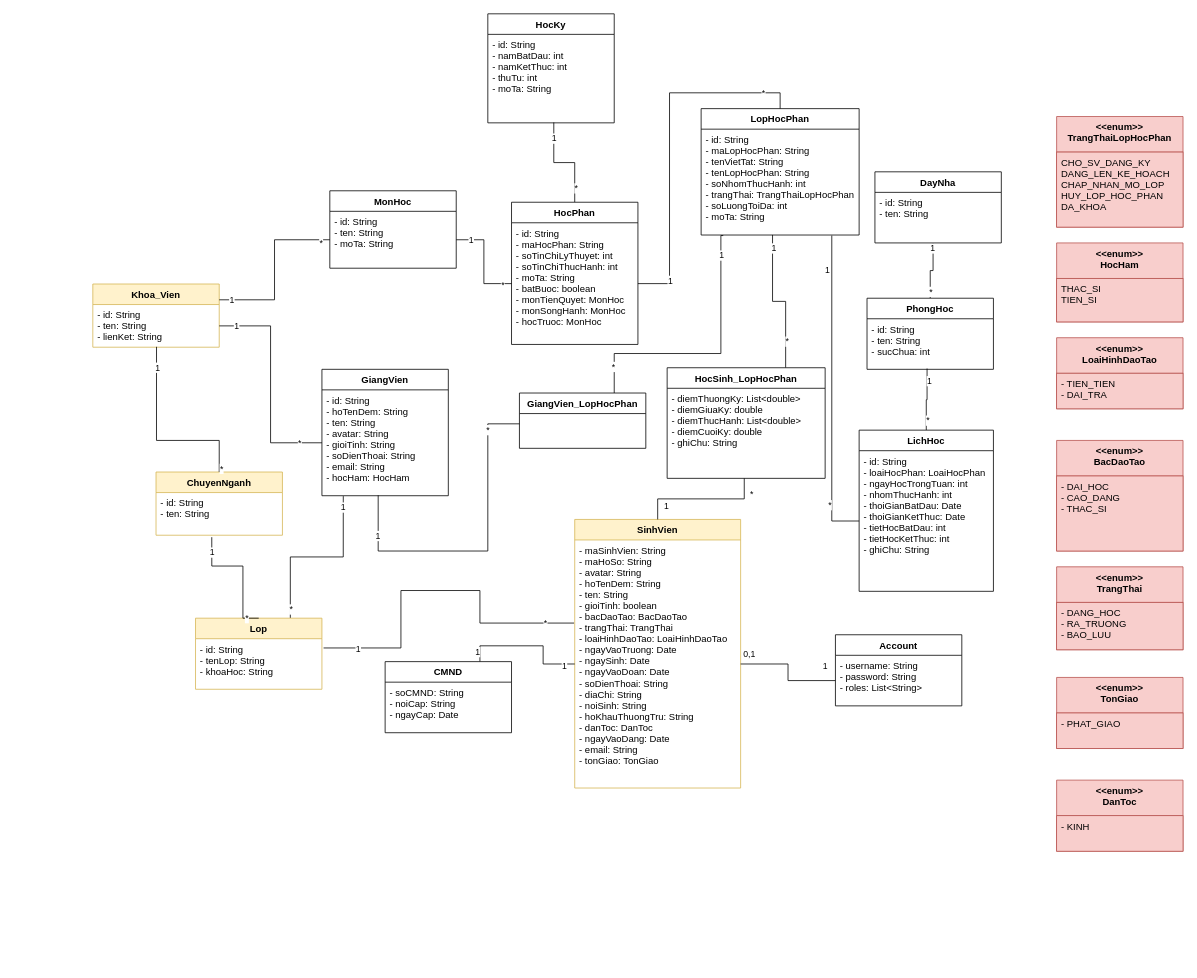
duchoan6814/Truong-Duc-Hoan keeps this draw.io diagram as CMN_Class.drawio. Above is the earlier version. Source tidied: cells renumbered, new cells numbered last; positions are measured from the earlier drawing's top-left corner, leaving out a move shared by most shapes. Both pictures are drawn from the tidied source at 79%, with x=0, y=0 at pixel (92, 13).
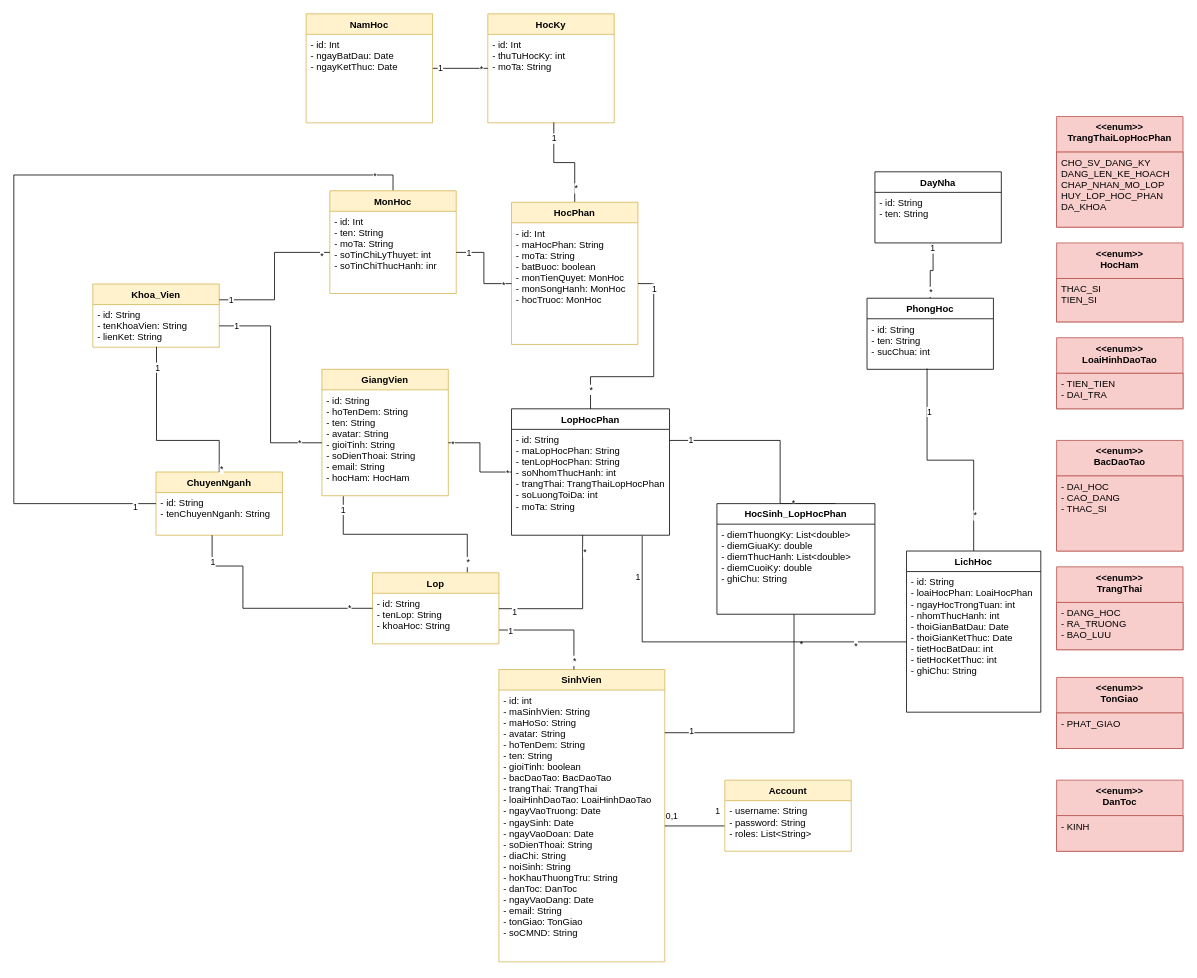
The same page after the edit.

The change refers to these unchanged cells:
```xml
<mxCell id="4" value="Khoa_Vien" style="swimlane;fontStyle=1;align=center;verticalAlign=top;horizontal=1;startSize=26;fillColor=#fff2cc;strokeColor=#d6b656;" parent="1" vertex="1">
  <mxGeometry y="342" width="160" height="80" as="geometry" />
</mxCell>
<mxCell id="6" value="ChuyenNganh" style="swimlane;fontStyle=1;align=center;verticalAlign=top;horizontal=1;startSize=26;fillColor=#fff2cc;strokeColor=#d6b656;" parent="1" vertex="1">
  <mxGeometry x="80" y="580" width="160" height="80" as="geometry" />
</mxCell>
<mxCell id="23" value="- id: String&#10;- tenLop: String&#10;- khoaHoc: String" style="text;strokeColor=none;fillColor=none;align=left;verticalAlign=top;spacingLeft=4;spacingRight=4;overflow=hidden;points=[[0,0.5],[1,0.5]];portConstraint=eastwest;" parent="22" vertex="1">
  <mxGeometry y="26" width="160" height="64" as="geometry" />
</mxCell>
<mxCell id="28" value="- diemThuongKy: List&lt;double&gt;&#10;- diemGiuaKy: double&#10;- diemThucHanh: List&lt;double&gt;&#10;- diemCuoiKy: double&#10;- ghiChu: String" style="text;strokeColor=none;fillColor=none;align=left;verticalAlign=top;spacingLeft=4;spacingRight=4;overflow=hidden;points=[[0,0.5],[1,0.5]];portConstraint=eastwest;" parent="27" vertex="1">
  <mxGeometry y="26" width="200" height="114" as="geometry" />
</mxCell>
<mxCell id="40" value="- id: String&#10;- hoTenDem: String&#10;- ten: String&#10;- avatar: String&#10;- gioiTinh: String&#10;- soDienThoai: String&#10;- email: String&#10;- hocHam: HocHam" style="text;strokeColor=none;fillColor=none;align=left;verticalAlign=top;spacingLeft=4;spacingRight=4;overflow=hidden;points=[[0,0.5],[1,0.5]];portConstraint=eastwest;" parent="39" vertex="1">
  <mxGeometry y="26" width="160" height="134" as="geometry" />
</mxCell>
```

The edit, as a diff of the source:
```diff
@@
     <mxCell id="2" value="SinhVien" style="swimlane;fontStyle=1;align=center;verticalAlign=top;horizontal=1;startSize=26;fillColor=#fff2cc;strokeColor=#d6b656;" parent="1" vertex="1">
-      <mxGeometry x="610" y="640" width="210" height="340" as="geometry" />
+      <mxGeometry x="514" y="830" width="210" height="370" as="geometry" />
     </mxCell>
-    <mxCell id="3" value="- maSinhVien: String&#10;- maHoSo: String&#10;- avatar: String&#10;- hoTenDem: String&#10;- ten: String&#10;- gioiTinh: boolean&#10;- bacDaoTao: BacDaoTao&#10;- trangThai: TrangThai&#10;- loaiHinhDaoTao: LoaiHinhDaoTao&#10;- ngayVaoTruong: Date&#10;- ngaySinh: Date&#10;- ngayVaoDoan: Date&#10;- soDienThoai: String&#10;- diaChi: String&#10;- noiSinh: String&#10;- hoKhauThuongTru: String&#10;- danToc: DanToc&#10;- ngayVaoDang: Date&#10;- email: String&#10;- tonGiao: TonGiao" style="text;strokeColor=none;fillColor=none;align=left;verticalAlign=top;spacingLeft=4;spacingRight=4;overflow=hidden;points=[[0,0.5],[1,0.5]];portConstraint=eastwest;" parent="2" vertex="1">
-      <mxGeometry y="26" width="210" height="314" as="geometry" />
+    <mxCell id="3" value="- id: int&#10;- maSinhVien: String&#10;- maHoSo: String&#10;- avatar: String&#10;- hoTenDem: String&#10;- ten: String&#10;- gioiTinh: boolean&#10;- bacDaoTao: BacDaoTao&#10;- trangThai: TrangThai&#10;- loaiHinhDaoTao: LoaiHinhDaoTao&#10;- ngayVaoTruong: Date&#10;- ngaySinh: Date&#10;- ngayVaoDoan: Date&#10;- soDienThoai: String&#10;- diaChi: String&#10;- noiSinh: String&#10;- hoKhauThuongTru: String&#10;- danToc: DanToc&#10;- ngayVaoDang: Date&#10;- email: String&#10;- tonGiao: TonGiao&#10;- soCMND: String" style="text;strokeColor=none;fillColor=none;align=left;verticalAlign=top;spacingLeft=4;spacingRight=4;overflow=hidden;points=[[0,0.5],[1,0.5]];portConstraint=eastwest;" parent="2" vertex="1">
+      <mxGeometry y="26" width="210" height="344" as="geometry" />
     </mxCell>
@@
-    <mxCell id="5" value="- id: String&#10;- ten: String&#10;- lienKet: String" style="text;strokeColor=none;fillColor=none;align=left;verticalAlign=top;spacingLeft=4;spacingRight=4;overflow=hidden;points=[[0,0.5],[1,0.5]];portConstraint=eastwest;" parent="4" vertex="1">
+    <mxCell id="5" value="- id: String&#10;- tenKhoaVien: String&#10;- lienKet: String" style="text;strokeColor=none;fillColor=none;align=left;verticalAlign=top;spacingLeft=4;spacingRight=4;overflow=hidden;points=[[0,0.5],[1,0.5]];portConstraint=eastwest;" parent="4" vertex="1">
       <mxGeometry y="26" width="160" height="54" as="geometry" />
     </mxCell>
@@
-    <mxCell id="7" value="- id: String&#10;- ten: String" style="text;strokeColor=none;fillColor=none;align=left;verticalAlign=top;spacingLeft=4;spacingRight=4;overflow=hidden;points=[[0,0.5],[1,0.5]];portConstraint=eastwest;" parent="6" vertex="1">
+    <mxCell id="7" value="- id: String&#10;- tenChuyenNganh: String" style="text;strokeColor=none;fillColor=none;align=left;verticalAlign=top;spacingLeft=4;spacingRight=4;overflow=hidden;points=[[0,0.5],[1,0.5]];portConstraint=eastwest;" parent="6" vertex="1">
       <mxGeometry y="26" width="160" height="54" as="geometry" />
     </mxCell>
-    <mxCell id="8" style="edgeStyle=orthogonalEdgeStyle;rounded=0;jettySize=auto;html=1;endArrow=none;endFill=0;exitX=-0.004;exitY=0.335;exitDx=0;exitDy=0;exitPerimeter=0;entryX=1.013;entryY=0.183;entryDx=0;entryDy=0;entryPerimeter=0;" parent="1" edge="1" source="3" target="23">
+    <mxCell id="8" style="edgeStyle=orthogonalEdgeStyle;rounded=0;jettySize=auto;html=1;endArrow=none;endFill=0;" parent="1" edge="1" source="2" target="22">
       <mxGeometry relative="1" as="geometry">
         <Array as="points">
-          <mxPoint x="490" y="771" />
-          <mxPoint x="490" y="730" />
-          <mxPoint x="390" y="730" />
-          <mxPoint x="390" y="803" />
+          <mxPoint x="609" y="780" />
         </Array>
       </mxGeometry>
     </mxCell>
@@
-    <mxCell id="14" style="edgeStyle=orthogonalEdgeStyle;rounded=0;jettySize=auto;html=1;exitX=0.452;exitY=0.999;exitDx=0;exitDy=0;entryX=0.75;entryY=0;entryDx=0;entryDy=0;endArrow=none;endFill=0;exitPerimeter=0;" parent="1" edge="1" source="18" target="27">
-      <mxGeometry relative="1" as="geometry" />
+    <mxCell id="14" style="edgeStyle=orthogonalEdgeStyle;rounded=0;jettySize=auto;html=1;entryX=0.75;entryY=0;entryDx=0;entryDy=0;endArrow=none;endFill=0;" parent="1" edge="1" source="17" target="27">
+      <mxGeometry relative="1" as="geometry">
+        <Array as="points">
+          <mxPoint x="870" y="540" />
+        </Array>
+      </mxGeometry>
     </mxCell>
@@
     <mxCell id="17" value="LopHocPhan" style="swimlane;fontStyle=1;align=center;verticalAlign=top;horizontal=1;startSize=26;" parent="1" vertex="1">
-      <mxGeometry x="770" y="120" width="200" height="160" as="geometry" />
+      <mxGeometry x="530" y="500" width="200" height="160" as="geometry" />
     </mxCell>
-    <mxCell id="18" value="- id: String&#10;- maLopHocPhan: String&#10;- tenVietTat: String&#10;- tenLopHocPhan: String&#10;- soNhomThucHanh: int&#10;- trangThai: TrangThaiLopHocPhan&#10;- soLuongToiDa: int&#10;- moTa: String" style="text;strokeColor=none;fillColor=none;align=left;verticalAlign=top;spacingLeft=4;spacingRight=4;overflow=hidden;points=[[0,0.5],[1,0.5]];portConstraint=eastwest;" parent="17" vertex="1">
+    <mxCell id="18" value="- id: String&#10;- maLopHocPhan: String&#10;- tenLopHocPhan: String&#10;- soNhomThucHanh: int&#10;- trangThai: TrangThaiLopHocPhan&#10;- soLuongToiDa: int&#10;- moTa: String" style="text;strokeColor=none;fillColor=none;align=left;verticalAlign=top;spacingLeft=4;spacingRight=4;overflow=hidden;points=[[0,0.5],[1,0.5]];portConstraint=eastwest;" parent="17" vertex="1">
       <mxGeometry y="26" width="200" height="134" as="geometry" />
     </mxCell>
@@
     <mxCell id="22" value="Lop" style="swimlane;fontStyle=1;align=center;verticalAlign=top;horizontal=1;startSize=26;fillColor=#fff2cc;strokeColor=#d6b656;" parent="1" vertex="1">
-      <mxGeometry x="130" y="765" width="160" height="90" as="geometry" />
+      <mxGeometry x="354" y="707.5" width="160" height="90" as="geometry" />
     </mxCell>
@@
-    <mxCell id="24" style="edgeStyle=orthogonalEdgeStyle;rounded=0;jettySize=auto;html=1;exitX=0.5;exitY=0;exitDx=0;exitDy=0;entryX=0.441;entryY=1.046;entryDx=0;entryDy=0;endArrow=none;endFill=0;entryPerimeter=0;" parent="1" edge="1" source="22" target="7">
+    <mxCell id="24" style="edgeStyle=orthogonalEdgeStyle;rounded=0;jettySize=auto;html=1;endArrow=none;endFill=0;" parent="1" edge="1" source="22" target="6">
       <mxGeometry relative="1" as="geometry">
         <Array as="points">
+          <mxPoint x="190" y="753" />
           <mxPoint x="190" y="699" />
           <mxPoint x="151" y="699" />
         </Array>
       </mxGeometry>
     </mxCell>
@@
     <mxCell id="27" value="HocSinh_LopHocPhan" style="swimlane;fontStyle=1;align=center;verticalAlign=top;horizontal=1;startSize=26;" parent="1" vertex="1">
-      <mxGeometry x="727" y="448" width="200" height="140" as="geometry" />
+      <mxGeometry x="790" y="620" width="200" height="140" as="geometry" />
     </mxCell>
@@
-    <mxCell id="29" style="edgeStyle=orthogonalEdgeStyle;rounded=0;jettySize=auto;html=1;exitX=0.5;exitY=0;exitDx=0;exitDy=0;entryX=0.488;entryY=1;entryDx=0;entryDy=0;endArrow=none;endFill=0;entryPerimeter=0;" parent="1" edge="1" source="2" target="28">
-      <mxGeometry relative="1" as="geometry" />
+    <mxCell id="29" style="edgeStyle=orthogonalEdgeStyle;rounded=0;jettySize=auto;html=1;entryX=0.488;entryY=1;entryDx=0;entryDy=0;endArrow=none;endFill=0;entryPerimeter=0;" parent="1" edge="1" source="2" target="28">
+      <mxGeometry relative="1" as="geometry">
+        <Array as="points">
+          <mxPoint x="888" y="910" />
+        </Array>
+      </mxGeometry>
     </mxCell>
@@
+    <mxCell id="101" style="edgeStyle=orthogonalEdgeStyle;rounded=0;jettySize=auto;html=1;exitX=0.5;exitY=0;exitDx=0;exitDy=0;endArrow=none;endFill=0;" parent="1" edge="1" source="32" target="6">
+      <mxGeometry relative="1" as="geometry">
+        <Array as="points">
+          <mxPoint x="380" y="204" />
+          <mxPoint x="-100" y="204" />
+          <mxPoint x="-100" y="620" />
+        </Array>
+      </mxGeometry>
+    </mxCell>
+    <mxCell id="102" value="1" style="edgeLabel;html=1;align=center;verticalAlign=middle;" parent="101" vertex="1">
+      <mxGeometry x="0.95" y="-3" relative="1" as="geometry" />
+    </mxCell>
+    <mxCell id="103" value="*" style="edgeLabel;html=1;align=center;verticalAlign=middle;" parent="101" vertex="1">
+      <mxGeometry x="-0.92" relative="1" as="geometry" />
+    </mxCell>
-    <mxCell id="32" value="MonHoc" style="swimlane;fontStyle=1;align=center;verticalAlign=top;horizontal=1;startSize=26;" parent="1" vertex="1">
-      <mxGeometry x="300" y="224" width="160" height="98" as="geometry" />
+    <mxCell id="32" value="MonHoc" style="swimlane;fontStyle=1;align=center;verticalAlign=top;horizontal=1;startSize=26;fillColor=#fff2cc;strokeColor=#d6b656;" parent="1" vertex="1">
+      <mxGeometry x="300" y="224" width="160" height="130" as="geometry" />
     </mxCell>
-    <mxCell id="33" value="- id: String&#10;- ten: String&#10;- moTa: String" style="text;strokeColor=none;fillColor=none;align=left;verticalAlign=top;spacingLeft=4;spacingRight=4;overflow=hidden;points=[[0,0.5],[1,0.5]];portConstraint=eastwest;" parent="32" vertex="1">
-      <mxGeometry y="26" width="160" height="72" as="geometry" />
+    <mxCell id="33" value="- id: Int&#10;- ten: String&#10;- moTa: String&#10;- soTinChiLyThuyet: int&#10;- soTinChiThucHanh: inr" style="text;strokeColor=none;fillColor=none;align=left;verticalAlign=top;spacingLeft=4;spacingRight=4;overflow=hidden;points=[[0,0.5],[1,0.5]];portConstraint=eastwest;" parent="32" vertex="1">
+      <mxGeometry y="26" width="160" height="104" as="geometry" />
     </mxCell>
-    <mxCell id="34" value="HocKy" style="swimlane;fontStyle=1;align=center;verticalAlign=top;horizontal=1;startSize=26;" parent="1" vertex="1">
+    <mxCell id="34" value="HocKy" style="swimlane;fontStyle=1;align=center;verticalAlign=top;horizontal=1;startSize=26;fillColor=#fff2cc;strokeColor=#d6b656;" parent="1" vertex="1">
       <mxGeometry x="500" width="160" height="138" as="geometry" />
     </mxCell>
-    <mxCell id="35" value="- id: String&#10;- namBatDau: int&#10;- namKetThuc: int&#10;- thuTu: int&#10;- moTa: String" style="text;strokeColor=none;fillColor=none;align=left;verticalAlign=top;spacingLeft=4;spacingRight=4;overflow=hidden;points=[[0,0.5],[1,0.5]];portConstraint=eastwest;" parent="34" vertex="1">
+    <mxCell id="35" value="- id: Int&#10;- thuTuHocKy: int&#10;- moTa: String" style="text;strokeColor=none;fillColor=none;align=left;verticalAlign=top;spacingLeft=4;spacingRight=4;overflow=hidden;points=[[0,0.5],[1,0.5]];portConstraint=eastwest;" parent="34" vertex="1">
       <mxGeometry y="26" width="160" height="112" as="geometry" />
     </mxCell>
@@
-    <mxCell id="39" value="GiangVien" style="swimlane;fontStyle=1;align=center;verticalAlign=top;horizontal=1;startSize=26;" parent="1" vertex="1">
+    <mxCell id="39" value="GiangVien" style="swimlane;fontStyle=1;align=center;verticalAlign=top;horizontal=1;startSize=26;fillColor=#fff2cc;strokeColor=#d6b656;" parent="1" vertex="1">
       <mxGeometry x="290" y="450" width="160" height="160" as="geometry" />
     </mxCell>
@@
-    <mxCell id="47" value="Account" style="swimlane;fontStyle=1;align=center;verticalAlign=top;horizontal=1;startSize=26;" parent="1" vertex="1">
-      <mxGeometry x="940" y="786" width="160" height="90" as="geometry" />
+    <mxCell id="47" value="Account" style="swimlane;fontStyle=1;align=center;verticalAlign=top;horizontal=1;startSize=26;fillColor=#fff2cc;strokeColor=#d6b656;" parent="1" vertex="1">
+      <mxGeometry x="800" y="970" width="160" height="90" as="geometry" />
     </mxCell>
@@
     <mxCell id="52" value="LichHoc" style="swimlane;fontStyle=1;align=center;verticalAlign=top;horizontal=1;startSize=26;" parent="1" vertex="1">
-      <mxGeometry x="970" y="527" width="170" height="204" as="geometry" />
+      <mxGeometry x="1030" y="680" width="170" height="204" as="geometry" />
     </mxCell>
@@
-    <mxCell id="57" style="edgeStyle=orthogonalEdgeStyle;rounded=0;jettySize=auto;html=1;exitX=0.75;exitY=0;exitDx=0;exitDy=0;entryX=0.14;entryY=1.005;entryDx=0;entryDy=0;endArrow=none;endFill=0;entryPerimeter=0;" parent="1" edge="1" source="60" target="18">
-      <mxGeometry relative="1" as="geometry">
-        <Array as="points">
-          <mxPoint x="660" y="430" />
-          <mxPoint x="795" y="430" />
-          <mxPoint x="795" y="281" />
-        </Array>
-      </mxGeometry>
-    </mxCell>
-    <mxCell id="58" value="*" style="edgeLabel;html=1;align=center;verticalAlign=middle;" parent="57" vertex="1">
-      <mxGeometry x="-0.8" y="2" relative="1" as="geometry" />
-    </mxCell>
-    <mxCell id="59" value="1" style="edgeLabel;html=1;align=center;verticalAlign=middle;" parent="57" vertex="1">
-      <mxGeometry x="0.84" relative="1" as="geometry" />
-    </mxCell>
-    <mxCell id="60" value="GiangVien_LopHocPhan" style="swimlane;fontStyle=1;align=center;verticalAlign=top;horizontal=1;startSize=26;" parent="1" vertex="1">
-      <mxGeometry x="540" y="480" width="160" height="70" as="geometry" />
-    </mxCell>
-    <mxCell id="61" style="edgeStyle=orthogonalEdgeStyle;rounded=0;jettySize=auto;html=1;exitX=0.445;exitY=0.996;exitDx=0;exitDy=0;endArrow=none;endFill=0;exitPerimeter=0;" parent="1" edge="1" source="40">
-      <mxGeometry relative="1" as="geometry">
-        <mxPoint x="540" y="519" as="targetPoint" />
-        <Array as="points">
-          <mxPoint x="361" y="680" />
-          <mxPoint x="500" y="680" />
-          <mxPoint x="500" y="519" />
-        </Array>
-      </mxGeometry>
-    </mxCell>
-    <mxCell id="62" value="1" style="edgeLabel;html=1;align=center;verticalAlign=middle;" parent="61" vertex="1">
-      <mxGeometry x="-0.75" y="-1" relative="1" as="geometry" />
-    </mxCell>
-    <mxCell id="63" value="*" style="edgeLabel;html=1;align=center;verticalAlign=middle;" parent="61" vertex="1">
-      <mxGeometry x="0.77" y="1" relative="1" as="geometry" />
-    </mxCell>
@@
-    <mxCell id="70" style="edgeStyle=orthogonalEdgeStyle;rounded=0;jettySize=auto;html=1;exitX=0.75;exitY=0;exitDx=0;exitDy=0;entryX=0;entryY=0.5;entryDx=0;entryDy=0;endArrow=none;endFill=0;" parent="1" edge="1" source="73" target="3">
-      <mxGeometry relative="1" as="geometry" />
-    </mxCell>
-    <mxCell id="71" value="1" style="edgeLabel;html=1;align=center;verticalAlign=middle;" parent="70" vertex="1">
-      <mxGeometry x="-0.84" y="4" relative="1" as="geometry" />
-    </mxCell>
-    <mxCell id="72" value="1" style="edgeLabel;html=1;align=center;verticalAlign=middle;" parent="70" vertex="1">
-      <mxGeometry x="0.83" y="-2" relative="1" as="geometry" />
-    </mxCell>
-    <mxCell id="73" value="CMND" style="swimlane;fontStyle=1;align=center;verticalAlign=top;horizontal=1;startSize=26;" parent="1" vertex="1">
-      <mxGeometry x="370" y="820" width="160" height="90" as="geometry" />
-    </mxCell>
-    <mxCell id="74" value="- soCMND: String&#10;- noiCap: String&#10;- ngayCap: Date" style="text;strokeColor=none;fillColor=none;align=left;verticalAlign=top;spacingLeft=4;spacingRight=4;overflow=hidden;" parent="73" vertex="1">
-      <mxGeometry y="26" width="160" height="64" as="geometry" />
-    </mxCell>
@@
-    <mxCell id="79" value="HocPhan" style="swimlane;fontStyle=1;align=center;verticalAlign=top;horizontal=1;startSize=26;" parent="1" vertex="1">
+    <mxCell id="79" value="HocPhan" style="swimlane;fontStyle=1;align=center;verticalAlign=top;horizontal=1;startSize=26;fillColor=#fff2cc;strokeColor=#d6b656;" parent="1" vertex="1">
       <mxGeometry x="530" y="238.5" width="160" height="180" as="geometry" />
     </mxCell>
-    <mxCell id="80" value="- id: String&#10;- maHocPhan: String&#10;- soTinChiLyThuyet: int&#10;- soTinChiThucHanh: int&#10;- moTa: String&#10;- batBuoc: boolean&#10;- monTienQuyet: MonHoc&#10;- monSongHanh: MonHoc&#10;- hocTruoc: MonHoc" style="text;strokeColor=none;fillColor=none;align=left;verticalAlign=top;spacingLeft=4;spacingRight=4;overflow=hidden;points=[[0,0.5],[1,0.5]];portConstraint=eastwest;" parent="79" vertex="1">
+    <mxCell id="80" value="- id: Int&#10;- maHocPhan: String&#10;- moTa: String&#10;- batBuoc: boolean&#10;- monTienQuyet: MonHoc&#10;- monSongHanh: MonHoc&#10;- hocTruoc: MonHoc" style="text;strokeColor=none;fillColor=none;align=left;verticalAlign=top;spacingLeft=4;spacingRight=4;overflow=hidden;points=[[0,0.5],[1,0.5]];portConstraint=eastwest;" parent="79" vertex="1">
       <mxGeometry y="26" width="160" height="154" as="geometry" />
     </mxCell>
@@
-    <mxCell id="84" style="edgeStyle=orthogonalEdgeStyle;rounded=0;jettySize=auto;html=1;exitX=1;exitY=0.5;exitDx=0;exitDy=0;entryX=0.5;entryY=0;entryDx=0;entryDy=0;endArrow=none;endFill=0;" parent="1" edge="1" source="80" target="17">
+    <mxCell id="84" style="edgeStyle=orthogonalEdgeStyle;rounded=0;jettySize=auto;html=1;exitX=1;exitY=0.5;exitDx=0;exitDy=0;endArrow=none;endFill=0;" parent="1" edge="1" source="80" target="17">
       <mxGeometry relative="1" as="geometry" />
     </mxCell>
@@
+    <mxCell id="104" style="edgeStyle=orthogonalEdgeStyle;rounded=0;jettySize=auto;html=1;exitX=1;exitY=0.5;exitDx=0;exitDy=0;endArrow=none;endFill=0;" parent="1" edge="1" source="40" target="17">
+      <mxGeometry relative="1" as="geometry">
+        <Array as="points">
+          <mxPoint x="490" y="543" />
+          <mxPoint x="490" y="580" />
+        </Array>
+      </mxGeometry>
+    </mxCell>
+    <mxCell id="105" value="*" style="edgeLabel;html=1;align=center;verticalAlign=middle;" parent="104" vertex="1">
+      <mxGeometry x="0.9" y="-1" relative="1" as="geometry" />
+    </mxCell>
+    <mxCell id="106" value="*" style="edgeLabel;html=1;align=center;verticalAlign=middle;" parent="104" vertex="1">
+      <mxGeometry x="-0.91" y="-1" relative="1" as="geometry" />
+    </mxCell>
+    <mxCell id="107" style="edgeStyle=orthogonalEdgeStyle;rounded=0;jettySize=auto;html=1;endArrow=none;endFill=0;" parent="1" edge="1" source="110" target="34">
+      <mxGeometry relative="1" as="geometry" />
+    </mxCell>
+    <mxCell id="108" value="1" style="edgeLabel;html=1;align=center;verticalAlign=middle;" parent="107" vertex="1">
+      <mxGeometry x="-0.74" y="1" relative="1" as="geometry" />
+    </mxCell>
+    <mxCell id="109" value="*" style="edgeLabel;html=1;align=center;verticalAlign=middle;" parent="107" vertex="1">
+      <mxGeometry x="0.74" relative="1" as="geometry" />
+    </mxCell>
+    <mxCell id="110" value="NamHoc" style="swimlane;fontStyle=1;align=center;verticalAlign=top;horizontal=1;startSize=26;fillColor=#fff2cc;strokeColor=#d6b656;" parent="1" vertex="1">
+      <mxGeometry x="270" width="160" height="138" as="geometry" />
+    </mxCell>
+    <mxCell id="111" value="- id: Int&#10;- ngayBatDau: Date&#10;- ngayKetThuc: Date" style="text;strokeColor=none;fillColor=none;align=left;verticalAlign=top;spacingLeft=4;spacingRight=4;overflow=hidden;" parent="110" vertex="1">
+      <mxGeometry y="26" width="160" height="112" as="geometry" />
+    </mxCell>
+    <mxCell id="112" style="edgeStyle=orthogonalEdgeStyle;rounded=0;jettySize=auto;html=1;endArrow=none;endFill=0;" parent="1" edge="1" source="17" target="22">
+      <mxGeometry relative="1" as="geometry">
+        <Array as="points">
+          <mxPoint x="620" y="753" />
+        </Array>
+      </mxGeometry>
+    </mxCell>
+    <mxCell id="113" value="1" style="edgeLabel;html=1;align=center;verticalAlign=middle;" parent="112" vertex="1">
+      <mxGeometry x="0.81" y="3" relative="1" as="geometry" />
+    </mxCell>
+    <mxCell id="114" value="*" style="edgeLabel;html=1;align=center;verticalAlign=middle;" parent="112" vertex="1">
+      <mxGeometry x="-0.8" y="2" relative="1" as="geometry" />
+    </mxCell>
```
